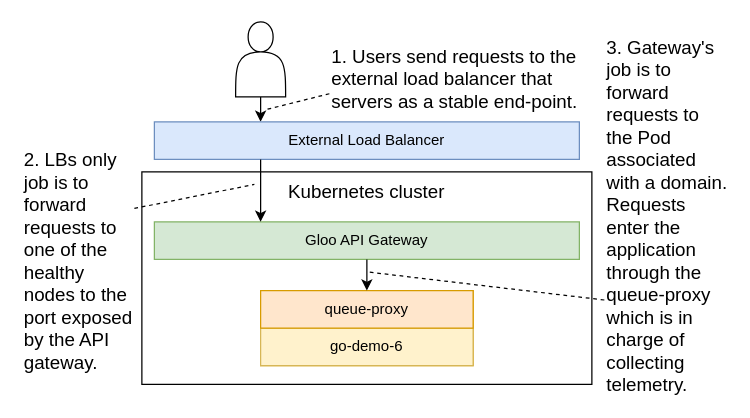
vfarcic/devops26 keeps this draw.io diagram as manuscript/images/ch17/knative-request.drawio. Above is the earlier version. Source tidied: cells renumbered, new cells numbered last; positions are measured from the earlier drawing's top-left corner, leaving out a move shared by most shapes. Both pictures are drawn from the tidied source at 125%, with x=0, y=0 at pixel (21, 21).
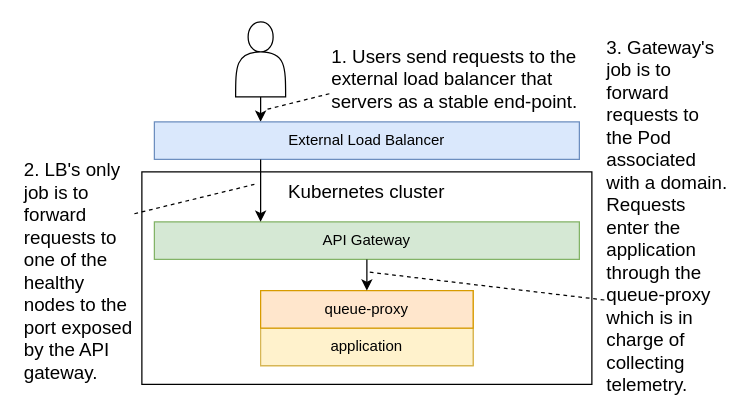
The same diagram, later.

The edit, as a diff of the source:
```diff
@@
 <mxGraphModel>
   <root>
     <mxCell id="0" />
     <mxCell id="1" parent="0" />
     <mxCell id="2" value="Kubernetes cluster" style="rounded=0;whiteSpace=wrap;html=1;verticalAlign=top;fontSize=15;" parent="1" vertex="1">
       <mxGeometry x="96" y="120" width="360" height="170" as="geometry" />
     </mxCell>
-    <mxCell id="3" value="Gloo API Gateway" style="rounded=0;whiteSpace=wrap;html=1;fillColor=#d5e8d4;strokeColor=#82b366;" parent="1" vertex="1">
+    <mxCell id="3" value="API Gateway" style="rounded=0;whiteSpace=wrap;html=1;fillColor=#d5e8d4;strokeColor=#82b366;" parent="1" vertex="1">
       <mxGeometry x="106" y="160" width="340" height="30" as="geometry" />
     </mxCell>
     <mxCell id="4" style="shape=actor;whiteSpace=wrap;html=1;" parent="1" vertex="1">
       <mxGeometry x="171" width="40" height="60" as="geometry" />
     </mxCell>
     <mxCell id="5" style="endArrow=classic;html=1;exitX=0.5;exitY=1;exitDx=0;exitDy=0;entryX=0.25;entryY=0;entryDx=0;entryDy=0;" parent="1" edge="1" source="4" target="6">
       <mxGeometry relative="1" as="geometry" />
     </mxCell>
     <mxCell id="6" value="External Load Balancer" style="rounded=0;whiteSpace=wrap;html=1;fillColor=#dae8fc;strokeColor=#6c8ebf;" parent="1" vertex="1">
       <mxGeometry x="106" y="80" width="340" height="30" as="geometry" />
     </mxCell>
     <mxCell id="7" style="endArrow=classic;html=1;exitX=0.25;exitY=1;exitDx=0;exitDy=0;entryX=0.25;entryY=0;entryDx=0;entryDy=0;" parent="1" edge="1" source="6" target="3">
       <mxGeometry relative="1" as="geometry" />
     </mxCell>
     <mxCell id="8" style="group;fillColor=#ffe6cc;strokeColor=#d79b00;" parent="1" vertex="1">
       <mxGeometry x="191" y="215" width="170" height="60" as="geometry" />
     </mxCell>
-    <mxCell id="9" value="go-demo-6" style="rounded=0;whiteSpace=wrap;html=1;fillColor=#fff2cc;strokeColor=#d6b656;" parent="8" vertex="1">
+    <mxCell id="9" value="application" style="rounded=0;whiteSpace=wrap;html=1;fillColor=#fff2cc;strokeColor=#d6b656;" parent="8" vertex="1">
       <mxGeometry y="30" width="170" height="30" as="geometry" />
     </mxCell>
     <mxCell id="10" value="queue-proxy" style="rounded=0;whiteSpace=wrap;html=1;fillColor=#ffe6cc;strokeColor=#d79b00;" parent="8" vertex="1">
       <mxGeometry width="170" height="30" as="geometry" />
     </mxCell>
     <mxCell id="11" style="endArrow=classic;html=1;fontSize=15;exitX=0.5;exitY=1;exitDx=0;exitDy=0;entryX=0.5;entryY=0;entryDx=0;entryDy=0;" parent="1" edge="1" source="3" target="10">
       <mxGeometry relative="1" as="geometry" />
     </mxCell>
     <mxCell id="12" value="1. Users send requests to the external load balancer that servers as a stable end-point." style="text;html=1;strokeColor=none;fillColor=none;align=left;verticalAlign=middle;whiteSpace=wrap;rounded=0;fontSize=15;" parent="1" vertex="1">
       <mxGeometry x="246" y="20" width="210" height="50" as="geometry" />
     </mxCell>
     <mxCell id="13" style="endArrow=none;dashed=1;html=1;fontSize=15;exitX=0;exitY=0.75;exitDx=0;exitDy=0;" parent="1" edge="1" source="12">
       <mxGeometry relative="1" as="geometry">
         <mxPoint x="196" y="70" as="targetPoint" />
       </mxGeometry>
     </mxCell>
-    <mxCell id="14" value="2. LBs only job is to forward requests to one of the healthy nodes to the port exposed by the API gateway." style="text;html=1;strokeColor=none;fillColor=none;align=left;verticalAlign=middle;whiteSpace=wrap;rounded=0;fontSize=15;" parent="1" vertex="1">
-      <mxGeometry y="108" width="90" height="165" as="geometry" />
+    <mxCell id="14" value="2. LB's only job is to forward requests to one of the healthy nodes to the port exposed by the API gateway." style="text;html=1;strokeColor=none;fillColor=none;align=left;verticalAlign=middle;whiteSpace=wrap;rounded=0;fontSize=15;" parent="1" vertex="1">
+      <mxGeometry y="108" width="90" height="182" as="geometry" />
     </mxCell>
     <mxCell id="15" style="endArrow=none;dashed=1;html=1;fontSize=15;exitX=1;exitY=0.25;exitDx=0;exitDy=0;" parent="1" edge="1" source="14">
       <mxGeometry relative="1" as="geometry">
         <mxPoint x="186" y="130" as="targetPoint" />
       </mxGeometry>
     </mxCell>
     <mxCell id="16" style="endArrow=none;dashed=1;html=1;fontSize=15;exitX=0;exitY=0.75;exitDx=0;exitDy=0;" parent="1" edge="1" source="17">
       <mxGeometry relative="1" as="geometry">
         <mxPoint x="276" y="200" as="targetPoint" />
       </mxGeometry>
     </mxCell>
     <mxCell id="17" value="3. Gateway's job is to forward requests to the Pod associated with a domain. Requests enter the application through the queue-proxy which is in charge of collecting telemetry." style="text;html=1;strokeColor=none;fillColor=none;align=left;verticalAlign=middle;whiteSpace=wrap;rounded=0;fontSize=15;" parent="1" vertex="1">
       <mxGeometry x="466" y="20" width="100" height="270" as="geometry" />
     </mxCell>
   </root>
 </mxGraphModel>
```
